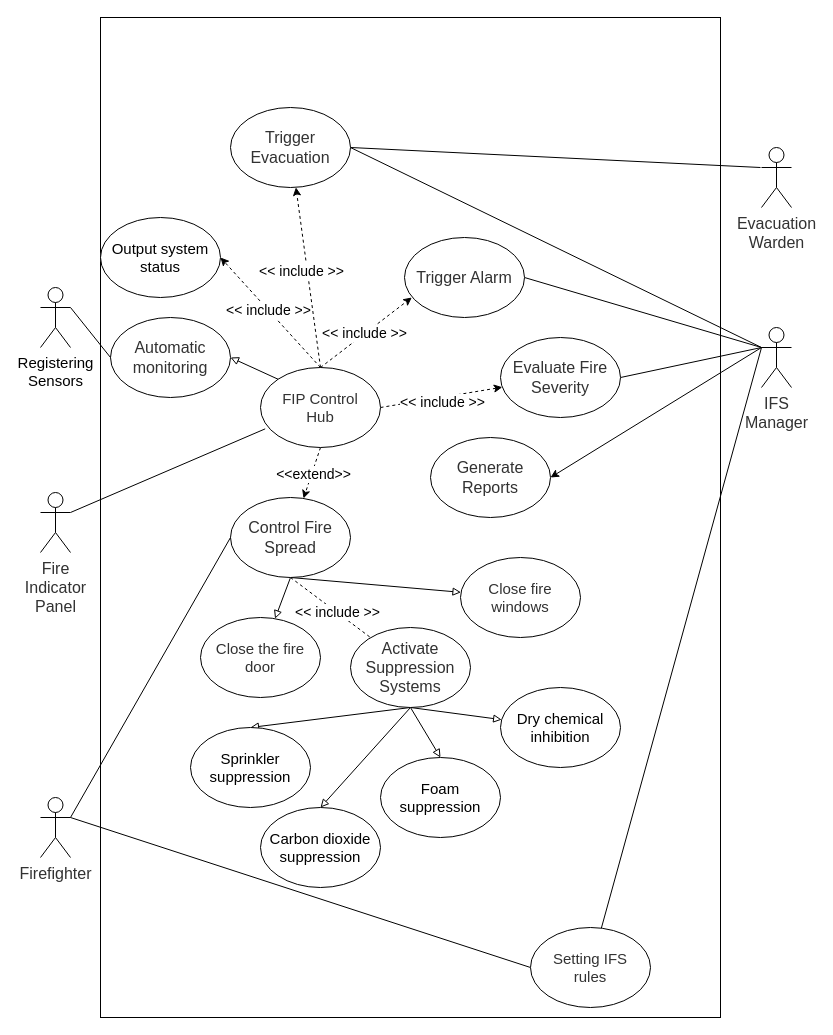
Earlier version of the draw.io diagram FIP.drawio (demosRun/INFO6030). Source tidied: cells renumbered, new cells numbered last; positions are measured from the earlier drawing's top-left corner, leaving out a move shared by most shapes. Both pictures are drawn from the tidied source at 100%, with x=0, y=0 at pixel (40, 17).
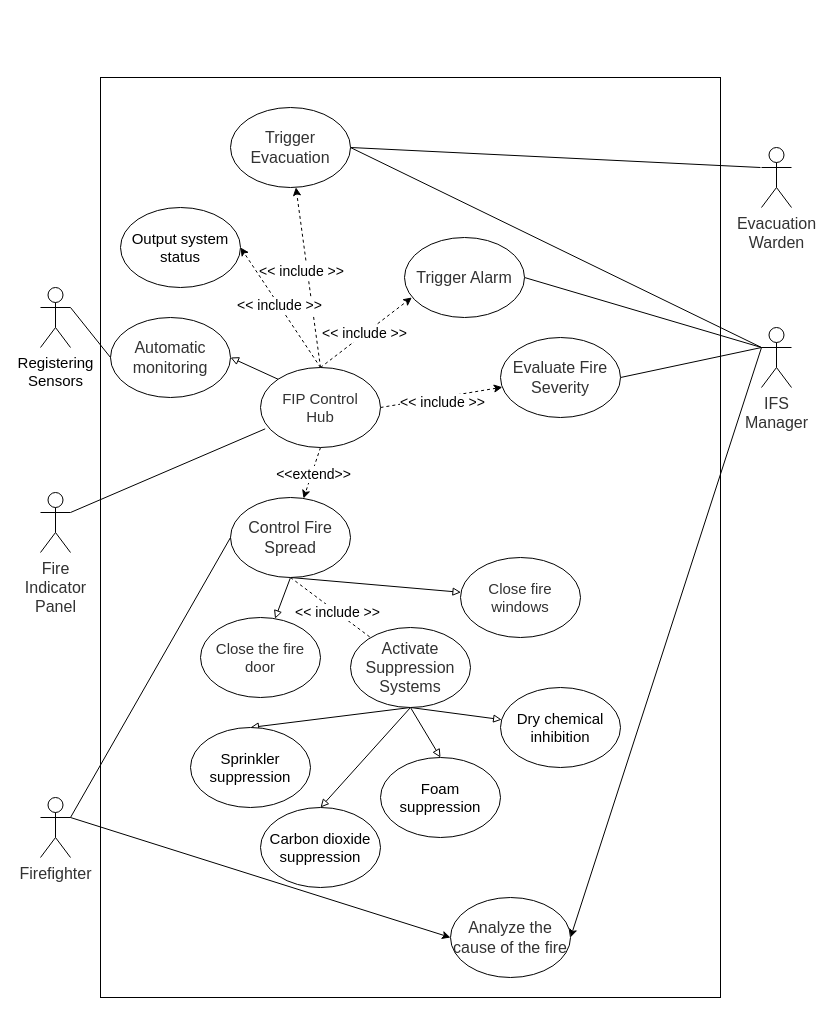
The same diagram, later.

The change refers to these unchanged cells:
```xml
<mxCell id="6" value="&lt;span style=&quot;color: rgb(50, 50, 50); font-family: &amp;quot;Microsoft YaHei&amp;quot;, 微软雅黑, Arial; font-size: 16px; text-wrap: wrap; background-color: rgba(255, 255, 255, 0.01);&quot;&gt;Firefighter&lt;/span&gt;" style="shape=umlActor;verticalLabelPosition=bottom;verticalAlign=top;html=1;outlineConnect=0;" parent="1" vertex="1">
  <mxGeometry y="780" width="30" height="60" as="geometry" />
</mxCell>
<mxCell id="12" value="&lt;span style=&quot;color: rgb(50, 50, 50); font-family: &amp;quot;Microsoft YaHei&amp;quot;, 微软雅黑, Arial; font-size: 16px; text-wrap: wrap; background-color: rgba(255, 255, 255, 0.01);&quot;&gt;IFS Manager&lt;/span&gt;" style="shape=umlActor;verticalLabelPosition=bottom;verticalAlign=top;html=1;outlineConnect=0;" parent="1" vertex="1">
  <mxGeometry x="721" y="310" width="30" height="60" as="geometry" />
</mxCell>
```

The edit, as a diff of the source:
```diff
@@
     <mxCell id="2" style="rounded=0;whiteSpace=wrap;html=1;" parent="1" vertex="1">
-      <mxGeometry x="60" width="620" height="1000" as="geometry" />
+      <mxGeometry x="60" y="60" width="620" height="920" as="geometry" />
     </mxCell>
@@
-    <mxCell id="5" style="rounded=0;jettySize=auto;html=1;exitX=1;exitY=0.3333333333333333;exitDx=0;exitDy=0;exitPerimeter=0;entryX=0;entryY=0.5;entryDx=0;entryDy=0;endArrow=none;endFill=0;" parent="1" edge="1" source="6" target="15">
-      <mxGeometry relative="1" as="geometry" />
-    </mxCell>
+    <mxCell id="53" style="rounded=0;jettySize=auto;html=1;exitX=1;exitY=0.3333333333333333;exitDx=0;exitDy=0;exitPerimeter=0;entryX=0;entryY=0.5;entryDx=0;entryDy=0;" parent="1" edge="1" source="6" target="43">
+      <mxGeometry relative="1" as="geometry" />
+    </mxCell>
@@
-    <mxCell id="7" style="rounded=0;jettySize=auto;html=1;exitX=0;exitY=0.3333333333333333;exitDx=0;exitDy=0;exitPerimeter=0;endArrow=none;endFill=0;" parent="1" edge="1" source="12" target="15">
-      <mxGeometry relative="1" as="geometry" />
-    </mxCell>
@@
-    <mxCell id="15" value="&lt;span style=&quot;color: rgb(50, 50, 50); font-family: &amp;quot;Microsoft YaHei&amp;quot;, 微软雅黑, Arial; font-size: 15px; background-color: rgba(255, 255, 255, 0.01);&quot;&gt;Setting IFS&lt;/span&gt;&lt;div&gt;&lt;span style=&quot;color: rgb(50, 50, 50); font-family: &amp;quot;Microsoft YaHei&amp;quot;, 微软雅黑, Arial; font-size: 15px; background-color: rgba(255, 255, 255, 0.01);&quot;&gt;rules&lt;/span&gt;&lt;/div&gt;" style="ellipse;whiteSpace=wrap;html=1;" parent="1" vertex="1">
-      <mxGeometry x="490" y="910" width="120" height="80" as="geometry" />
-    </mxCell>
@@
-    <mxCell id="43" value="&lt;span style=&quot;color: rgb(50, 50, 50); font-family: &amp;quot;Microsoft YaHei&amp;quot;, 微软雅黑, Arial; font-size: 16px; background-color: rgba(255, 255, 255, 0.01);&quot;&gt;Generate Reports&lt;/span&gt;" style="ellipse;whiteSpace=wrap;html=1;" parent="1" vertex="1">
-      <mxGeometry x="390" y="420" width="120" height="80" as="geometry" />
+    <mxCell id="43" value="&lt;font face=&quot;Microsoft YaHei, 微软雅黑, Arial&quot; color=&quot;#323232&quot;&gt;&lt;span style=&quot;font-size: 16px;&quot;&gt;Analyze the cause of the fire&lt;/span&gt;&lt;/font&gt;" style="ellipse;whiteSpace=wrap;html=1;" parent="1" vertex="1">
+      <mxGeometry x="410" y="880" width="120" height="80" as="geometry" />
     </mxCell>
@@
     <mxCell id="48" value="&lt;font style=&quot;font-size: 15px;&quot;&gt;Output system status&lt;/font&gt;" style="ellipse;whiteSpace=wrap;html=1;" parent="1" vertex="1">
-      <mxGeometry x="60" y="200" width="120" height="80" as="geometry" />
+      <mxGeometry x="80" y="190" width="120" height="80" as="geometry" />
     </mxCell>
```
